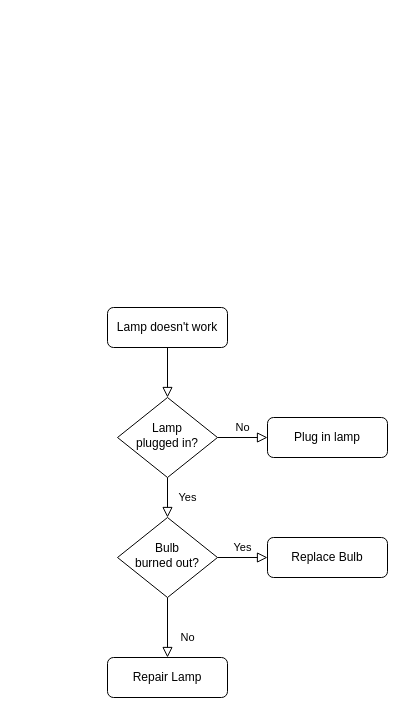
Earlier version of the draw.io diagram 未命名绘图.drawio (gjf610/my-blog). Source tidied: cells renumbered, new cells numbered last; positions are measured from the earlier drawing's top-left corner, leaving out a move shared by most shapes. Both pictures are drawn from the tidied source at 100%, with x=0, y=0 at pixel (107, 307).
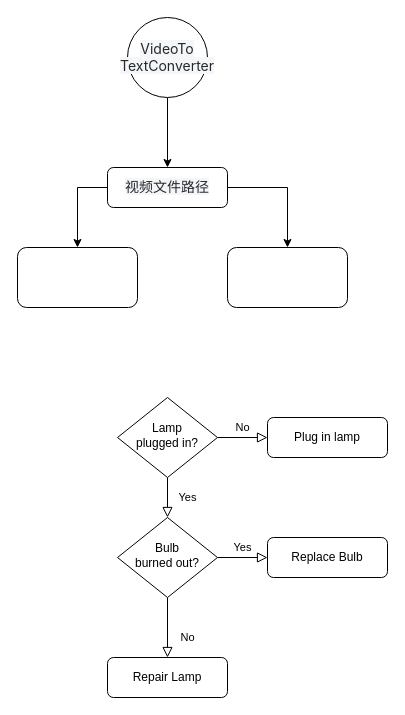
The same diagram, later.

The change refers to these unchanged cells:
```xml
<mxCell id="6" value="Lamp&lt;br&gt;plugged in?" style="rhombus;whiteSpace=wrap;html=1;shadow=0;fontFamily=Helvetica;fontSize=12;align=center;strokeWidth=1;spacing=6;spacingTop=-4;" parent="1" vertex="1">
  <mxGeometry x="10" y="90" width="100" height="80" as="geometry" />
</mxCell>
```

Change to the diagram source:
```diff
@@
-    <mxCell id="2" style="rounded=0;html=1;jettySize=auto;fontSize=11;endArrow=block;endFill=0;endSize=8;strokeWidth=1;shadow=0;labelBackgroundColor=none;edgeStyle=orthogonalEdgeStyle;" parent="1" edge="1" source="3" target="6">
-      <mxGeometry relative="1" as="geometry" />
-    </mxCell>
-    <mxCell id="3" value="Lamp doesn't work" style="rounded=1;whiteSpace=wrap;html=1;fontSize=12;glass=0;strokeWidth=1;shadow=0;" parent="1" vertex="1">
-      <mxGeometry width="120" height="40" as="geometry" />
-    </mxCell>
@@
+    <mxCell id="13" style="edgeStyle=orthogonalEdgeStyle;rounded=0;jettySize=auto;html=1;" parent="1" edge="1" source="15" target="18">
+      <mxGeometry relative="1" as="geometry">
+        <Array as="points">
+          <mxPoint x="-30" y="-120" />
+        </Array>
+      </mxGeometry>
+    </mxCell>
+    <mxCell id="14" style="edgeStyle=orthogonalEdgeStyle;rounded=0;jettySize=auto;html=1;" parent="1" edge="1" source="15" target="19">
+      <mxGeometry relative="1" as="geometry">
+        <Array as="points">
+          <mxPoint x="180" y="-120" />
+        </Array>
+      </mxGeometry>
+    </mxCell>
+    <mxCell id="15" value="&lt;span style=&quot;color: rgb(36, 41, 47); font-family: -apple-system, BlinkMacSystemFont, &amp;quot;Segoe UI&amp;quot;, &amp;quot;Noto Sans&amp;quot;, Helvetica, Arial, sans-serif, &amp;quot;Apple Color Emoji&amp;quot;, &amp;quot;Segoe UI Emoji&amp;quot;; font-size: 14px; text-align: left; background-color: rgb(244, 246, 248);&quot;&gt;视频文件路径&lt;/span&gt;" style="rounded=1;whiteSpace=wrap;html=1;" parent="1" vertex="1">
+      <mxGeometry y="-140" width="120" height="40" as="geometry" />
+    </mxCell>
+    <mxCell id="16" style="edgeStyle=orthogonalEdgeStyle;rounded=0;jettySize=auto;html=1;entryX=0.5;entryY=0;entryDx=0;entryDy=0;" parent="1" edge="1" source="17" target="15">
+      <mxGeometry relative="1" as="geometry" />
+    </mxCell>
+    <mxCell id="17" value="&lt;span style=&quot;color: rgb(36, 41, 47); font-family: -apple-system, BlinkMacSystemFont, &amp;quot;Segoe UI&amp;quot;, &amp;quot;Noto Sans&amp;quot;, Helvetica, Arial, sans-serif, &amp;quot;Apple Color Emoji&amp;quot;, &amp;quot;Segoe UI Emoji&amp;quot;; font-size: 14px; text-align: left; white-space-collapse: preserve; background-color: rgb(244, 246, 248);&quot;&gt;VideoTo&lt;br/&gt;TextConverter&lt;/span&gt;" style="ellipse;whiteSpace=wrap;html=1;" parent="1" vertex="1">
+      <mxGeometry x="20" y="-290" width="80" height="80" as="geometry" />
+    </mxCell>
+    <mxCell id="18" style="rounded=1;whiteSpace=wrap;html=1;" parent="1" vertex="1">
+      <mxGeometry x="-90" y="-60" width="120" height="60" as="geometry" />
+    </mxCell>
+    <mxCell id="19" style="whiteSpace=wrap;html=1;rounded=1;" parent="1" vertex="1">
+      <mxGeometry x="120" y="-60" width="120" height="60" as="geometry" />
+    </mxCell>
```
